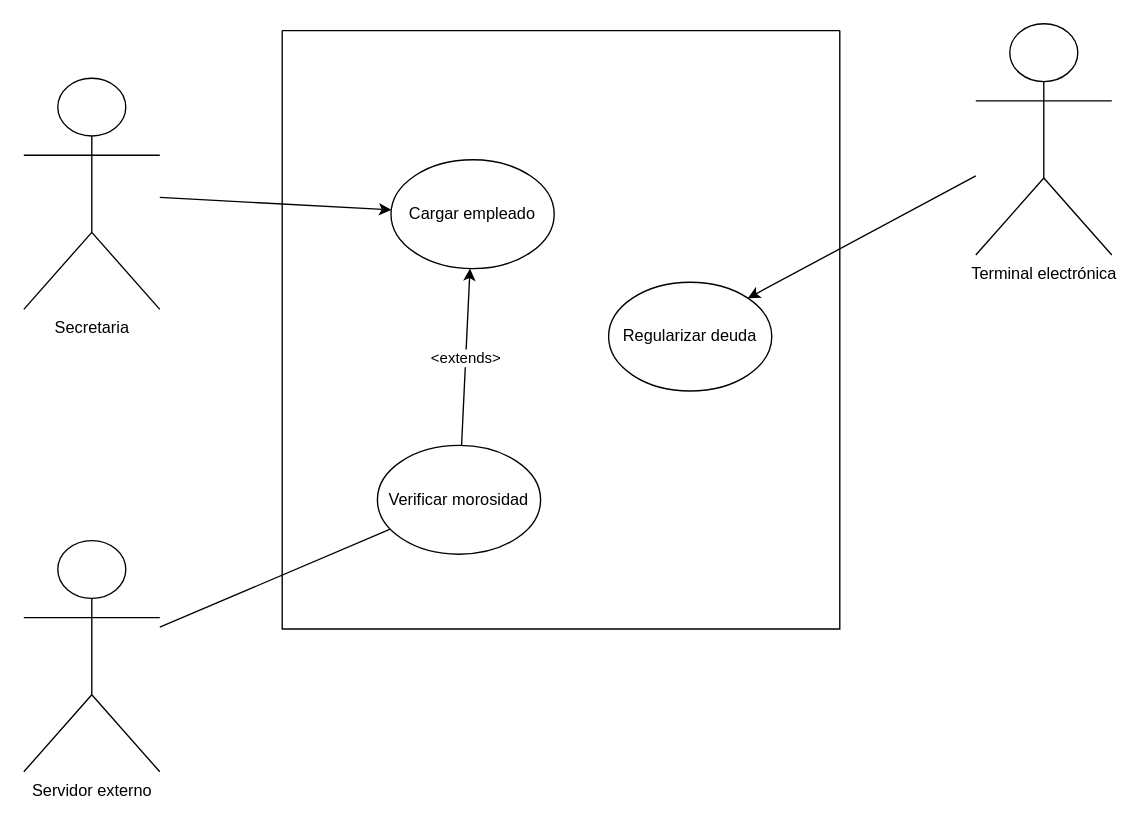
This is Practicas/Práctica 3/Diagramas/tp3_11.drawio from ssofiaavila/Ingenieria-de-software-1-Informatica--UNLP, a draw.io file, before an edit. Source tidied: cells renumbered, new cells numbered last; positions are measured from the earlier drawing's top-left corner, leaving out a move shared by most shapes. Both pictures are drawn from the tidied source at 136%, with x=0, y=0 at pixel (23, 23).
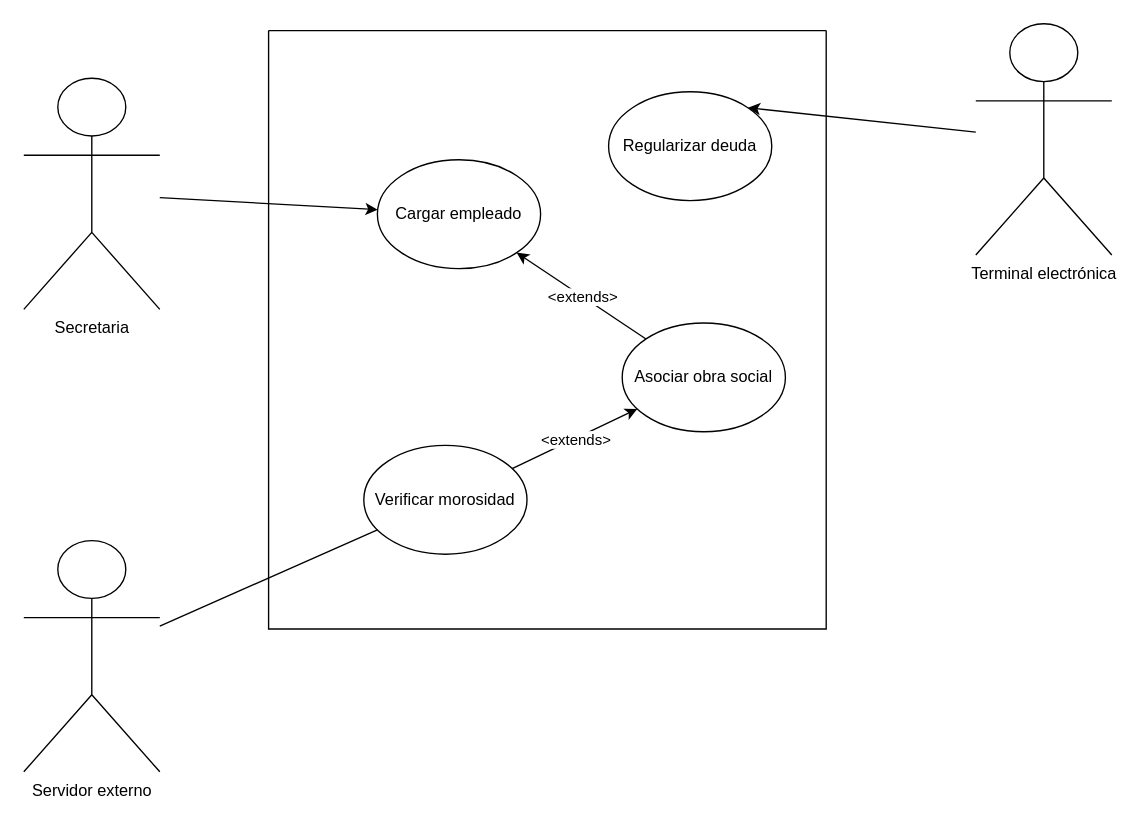
The same diagram, later.

The edit, as a diff of the source:
```diff
@@
 <mxGraphModel>
   <root>
     <mxCell id="0" />
     <mxCell id="1" parent="0" />
     <mxCell id="2" style="swimlane;startSize=0;" parent="1" vertex="1">
-      <mxGeometry x="190" y="5" width="410" height="440" as="geometry" />
+      <mxGeometry x="180" y="5" width="410" height="440" as="geometry" />
     </mxCell>
     <mxCell id="3" value="Regularizar deuda" style="ellipse;whiteSpace=wrap;html=1;" parent="2" vertex="1">
-      <mxGeometry x="240" y="185" width="120" height="80" as="geometry" />
+      <mxGeometry x="250" y="45" width="120" height="80" as="geometry" />
     </mxCell>
     <mxCell id="4" value="Verificar morosidad" style="ellipse;whiteSpace=wrap;html=1;" parent="2" vertex="1">
       <mxGeometry x="70" y="305" width="120" height="80" as="geometry" />
     </mxCell>
     <mxCell id="5" value="Cargar empleado" style="ellipse;whiteSpace=wrap;html=1;" parent="2" vertex="1">
       <mxGeometry x="80" y="95" width="120" height="80" as="geometry" />
     </mxCell>
-    <mxCell id="6" style="endArrow=classic;html=1;rounded=0;" parent="2" edge="1" source="4" target="5">
-      <mxGeometry relative="1" as="geometry" />
-    </mxCell>
-    <mxCell id="7" value="&amp;lt;extends&amp;gt;" style="edgeLabel;html=1;align=center;verticalAlign=middle;" parent="6" vertex="1">
-      <mxGeometry relative="1" as="geometry" />
-    </mxCell>
+    <mxCell id="14" value="Asociar obra social" style="ellipse;whiteSpace=wrap;html=1;" parent="2" vertex="1">
+      <mxGeometry x="260" y="215" width="120" height="80" as="geometry" />
+    </mxCell>
+    <mxCell id="15" style="endArrow=classic;html=1;rounded=0;" parent="2" edge="1" source="14" target="5">
+      <mxGeometry relative="1" as="geometry" />
+    </mxCell>
+    <mxCell id="16" value="&amp;lt;extends&amp;gt;" style="edgeLabel;html=1;align=center;verticalAlign=middle;" parent="15" vertex="1">
+      <mxGeometry relative="1" as="geometry" />
+    </mxCell>
+    <mxCell id="17" style="endArrow=classic;html=1;rounded=0;" parent="2" edge="1" source="4" target="14">
+      <mxGeometry relative="1" as="geometry" />
+    </mxCell>
+    <mxCell id="18" value="&amp;lt;extends&amp;gt;" style="edgeLabel;html=1;align=center;verticalAlign=middle;" parent="17" vertex="1">
+      <mxGeometry relative="1" as="geometry" />
+    </mxCell>
     <mxCell id="8" value="Secretaria" style="shape=umlActor;verticalLabelPosition=bottom;verticalAlign=top;html=1;outlineConnect=0;" parent="1" vertex="1">
       <mxGeometry y="40" width="100" height="170" as="geometry" />
     </mxCell>
     <mxCell id="9" value="Terminal electrónica" style="shape=umlActor;verticalLabelPosition=bottom;verticalAlign=top;html=1;outlineConnect=0;" parent="1" vertex="1">
       <mxGeometry x="700" width="100" height="170" as="geometry" />
     </mxCell>
     <mxCell id="10" value="Servidor externo" style="shape=umlActor;verticalLabelPosition=bottom;verticalAlign=top;html=1;outlineConnect=0;" parent="1" vertex="1">
       <mxGeometry y="380" width="100" height="170" as="geometry" />
     </mxCell>
     <mxCell id="11" style="endArrow=classic;html=1;rounded=0;" parent="1" edge="1" source="8" target="5">
       <mxGeometry relative="1" as="geometry" />
     </mxCell>
     <mxCell id="12" style="endArrow=none;html=1;rounded=0;" parent="1" edge="1" source="10" target="4">
       <mxGeometry relative="1" as="geometry" />
     </mxCell>
     <mxCell id="13" style="endArrow=classic;html=1;rounded=0;entryX=1;entryY=0;entryDx=0;entryDy=0;" parent="1" edge="1" source="9" target="3">
       <mxGeometry relative="1" as="geometry" />
     </mxCell>
   </root>
 </mxGraphModel>
```
